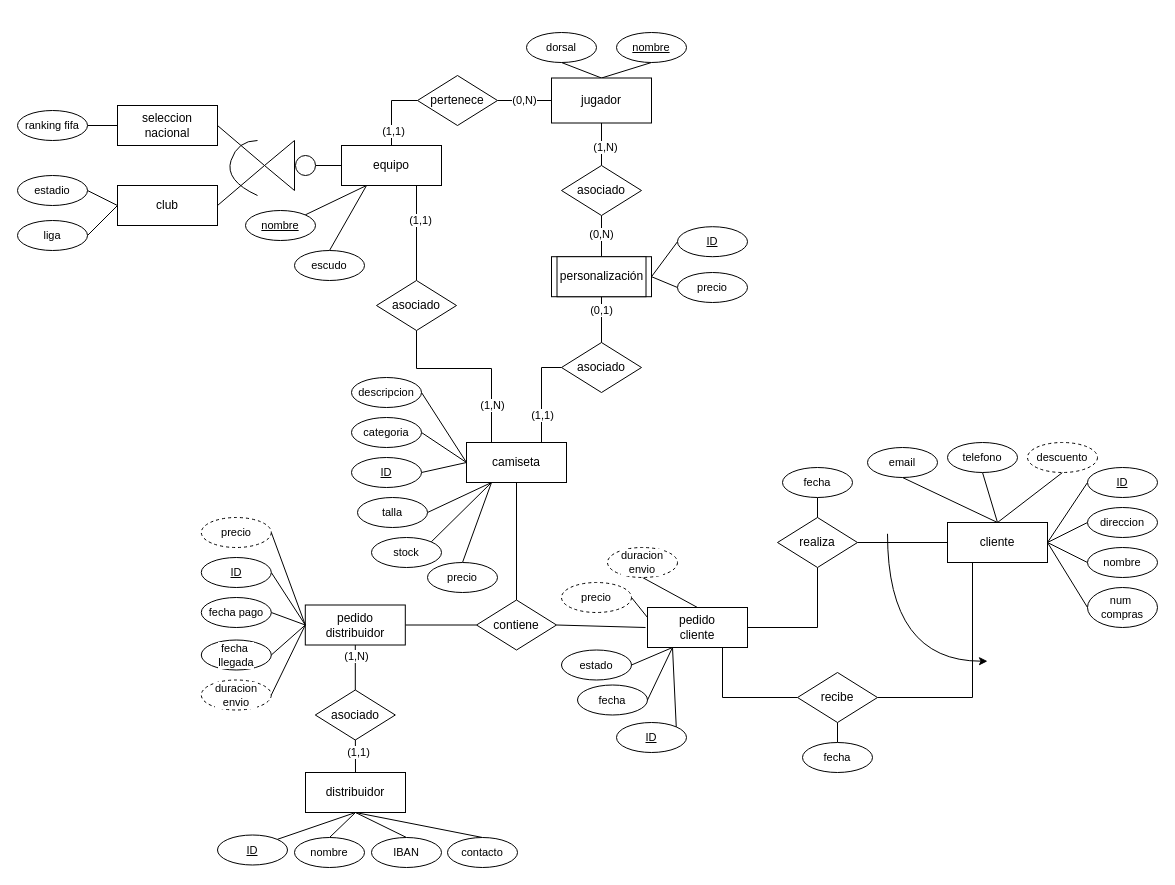
Earlier version of the draw.io diagram pedidos_camisetas.drawio (Robertpm01/ADBD). Source tidied: cells renumbered, new cells numbered last; positions are measured from the earlier drawing's top-left corner, leaving out a move shared by most shapes. Both pictures are drawn from the tidied source at 100%, with x=0, y=0 at pixel (17, 32).
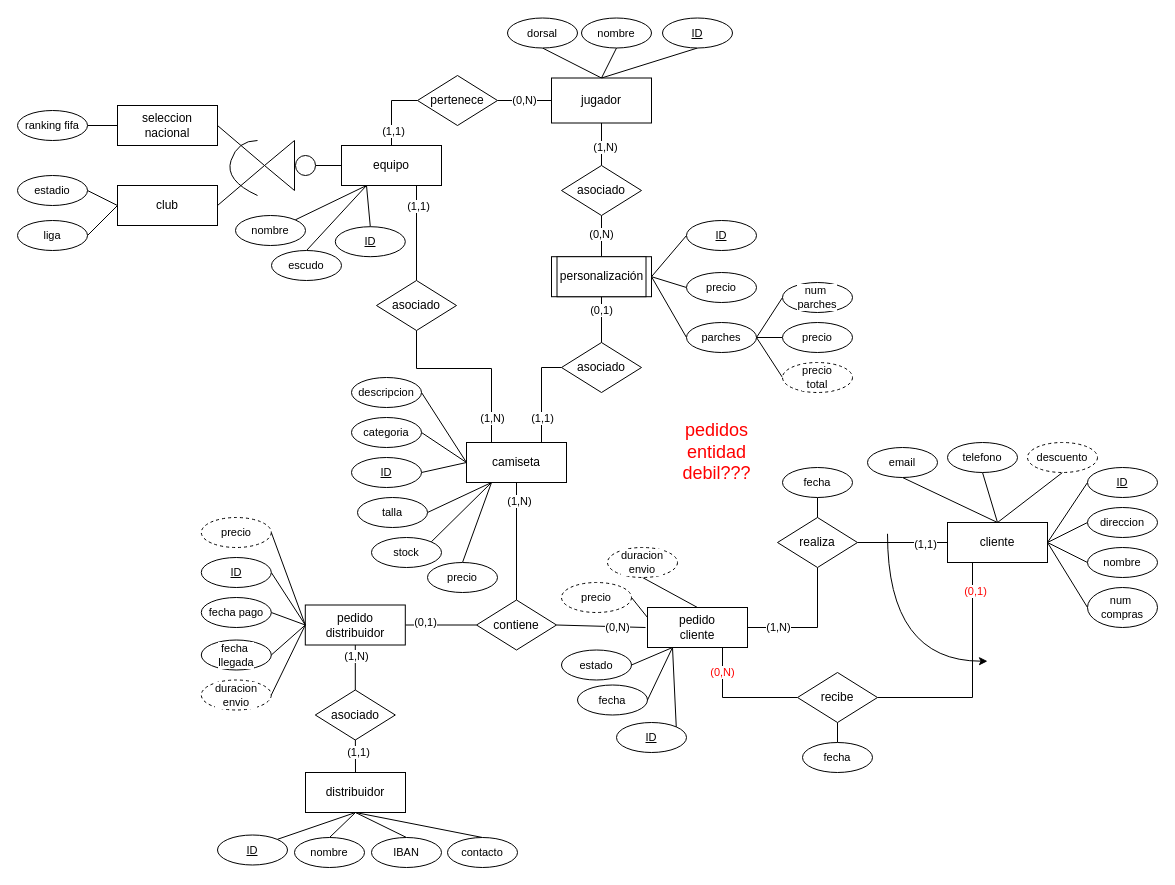
Above is the later version.

The change refers to these unchanged cells:
```xml
<mxCell id="3" style="edgeStyle=orthogonalEdgeStyle;shape=connector;rounded=0;jettySize=auto;html=1;exitX=0.5;exitY=1;exitDx=0;exitDy=0;entryX=0.5;entryY=0;entryDx=0;entryDy=0;strokeColor=default;align=center;verticalAlign=middle;fontFamily=Helvetica;fontSize=11;fontColor=default;labelBackgroundColor=default;endArrow=none;endFill=0;" parent="1" edge="1" source="4" target="9">
  <mxGeometry relative="1" as="geometry" />
</mxCell>
<mxCell id="6" value="pedido&lt;div&gt;cliente&lt;/div&gt;" style="whiteSpace=wrap;html=1;align=center;" parent="1" vertex="1">
  <mxGeometry x="630" y="575" width="100" height="40" as="geometry" />
</mxCell>
<mxCell id="7" style="edgeStyle=orthogonalEdgeStyle;shape=connector;rounded=0;jettySize=auto;html=1;exitX=0;exitY=0.5;exitDx=0;exitDy=0;entryX=1;entryY=0.5;entryDx=0;entryDy=0;strokeColor=default;align=center;verticalAlign=middle;fontFamily=Helvetica;fontSize=11;fontColor=default;labelBackgroundColor=default;endArrow=none;endFill=0;" parent="1" edge="1" source="9" target="12">
  <mxGeometry relative="1" as="geometry" />
</mxCell>
<mxCell id="8" style="shape=connector;rounded=0;jettySize=auto;html=1;exitX=1;exitY=0.5;exitDx=0;exitDy=0;entryX=0;entryY=0.5;entryDx=0;entryDy=0;strokeColor=default;align=center;verticalAlign=middle;fontFamily=Helvetica;fontSize=11;fontColor=default;labelBackgroundColor=default;endArrow=none;endFill=0;" parent="1" edge="1" source="9">
  <mxGeometry relative="1" as="geometry">
    <mxPoint x="628" y="595" as="targetPoint" />
  </mxGeometry>
</mxCell>
<mxCell id="15" style="edgeStyle=orthogonalEdgeStyle;shape=connector;rounded=0;jettySize=auto;html=1;exitX=1;exitY=0.5;exitDx=0;exitDy=0;entryX=0;entryY=0.5;entryDx=0;entryDy=0;strokeColor=default;align=center;verticalAlign=middle;fontFamily=Helvetica;fontSize=11;fontColor=default;labelBackgroundColor=default;endArrow=none;endFill=0;" parent="1" edge="1" source="16" target="22">
  <mxGeometry relative="1" as="geometry" />
</mxCell>
<mxCell id="16" value="realiza" style="shape=rhombus;perimeter=rhombusPerimeter;whiteSpace=wrap;html=1;align=center;" parent="1" vertex="1">
  <mxGeometry x="760" y="485" width="80" height="50" as="geometry" />
</mxCell>
<mxCell id="17" style="edgeStyle=orthogonalEdgeStyle;shape=connector;rounded=0;jettySize=auto;html=1;exitX=0.25;exitY=1;exitDx=0;exitDy=0;strokeColor=default;align=center;verticalAlign=middle;fontFamily=Helvetica;fontSize=11;fontColor=default;labelBackgroundColor=default;endArrow=none;endFill=0;entryX=1;entryY=0.5;entryDx=0;entryDy=0;" parent="1" edge="1" source="22" target="38">
  <mxGeometry relative="1" as="geometry" />
</mxCell>
<mxCell id="27" value="jugador" style="whiteSpace=wrap;html=1;align=center;" parent="1" vertex="1">
  <mxGeometry x="534" y="45.5" width="100" height="45" as="geometry" />
</mxCell>
<mxCell id="30" value="equipo" style="whiteSpace=wrap;html=1;align=center;" parent="1" vertex="1">
  <mxGeometry x="324" y="113" width="100" height="40" as="geometry" />
</mxCell>
<mxCell id="31" style="edgeStyle=orthogonalEdgeStyle;shape=connector;rounded=0;jettySize=auto;html=1;exitX=0.5;exitY=0;exitDx=0;exitDy=0;entryX=0.75;entryY=1;entryDx=0;entryDy=0;strokeColor=default;align=center;verticalAlign=middle;fontFamily=Helvetica;fontSize=11;fontColor=default;labelBackgroundColor=default;endArrow=none;endFill=0;" parent="1" edge="1" source="35" target="30">
  <mxGeometry relative="1" as="geometry" />
</mxCell>
<mxCell id="33" style="edgeStyle=orthogonalEdgeStyle;shape=connector;rounded=0;jettySize=auto;html=1;exitX=0.5;exitY=1;exitDx=0;exitDy=0;entryX=0.25;entryY=0;entryDx=0;entryDy=0;strokeColor=default;align=center;verticalAlign=middle;fontFamily=Helvetica;fontSize=11;fontColor=default;labelBackgroundColor=default;endArrow=none;endFill=0;" parent="1" edge="1" source="35" target="4">
  <mxGeometry relative="1" as="geometry">
    <Array as="points">
      <mxPoint x="399" y="336" />
      <mxPoint x="474" y="336" />
    </Array>
  </mxGeometry>
</mxCell>
<mxCell id="38" value="recibe" style="shape=rhombus;perimeter=rhombusPerimeter;whiteSpace=wrap;html=1;align=center;" parent="1" vertex="1">
  <mxGeometry x="780" y="640" width="80" height="50" as="geometry" />
</mxCell>
<mxCell id="77" style="edgeStyle=orthogonalEdgeStyle;shape=connector;rounded=0;jettySize=auto;html=1;exitX=0;exitY=0.5;exitDx=0;exitDy=0;entryX=0.75;entryY=0;entryDx=0;entryDy=0;strokeColor=default;align=center;verticalAlign=middle;fontFamily=Helvetica;fontSize=11;fontColor=default;labelBackgroundColor=default;endArrow=none;endFill=0;" parent="1" edge="1" source="79" target="4">
  <mxGeometry relative="1" as="geometry" />
</mxCell>
<mxCell id="93" value="personalización" style="whiteSpace=wrap;html=1;align=center;" parent="1" vertex="1">
  <mxGeometry x="534" y="224.2" width="100" height="40" as="geometry" />
</mxCell>
```

Diff of the diagram source:
```diff
@@
+    <mxCell id="130" value="(1,N)" style="edgeLabel;html=1;align=center;verticalAlign=middle;fontFamily=Helvetica;fontSize=11;fontColor=default;labelBackgroundColor=default;" parent="3" vertex="1">
+      <mxGeometry x="-0.69" y="2" relative="1" as="geometry" />
+    </mxCell>
@@
-    <mxCell id="5" style="edgeStyle=orthogonalEdgeStyle;shape=connector;rounded=0;jettySize=auto;html=1;exitX=1;exitY=0.5;exitDx=0;exitDy=0;entryX=0.5;entryY=1;entryDx=0;entryDy=0;strokeColor=default;align=center;verticalAlign=middle;fontFamily=Helvetica;fontSize=11;fontColor=default;labelBackgroundColor=default;endArrow=none;endFill=0;" parent="1" edge="1" source="6" target="16">
-      <mxGeometry relative="1" as="geometry">
+    <mxCell id="5" value="(1,N)" style="edgeStyle=orthogonalEdgeStyle;shape=connector;rounded=0;jettySize=auto;html=1;exitX=1;exitY=0.5;exitDx=0;exitDy=0;entryX=0.5;entryY=1;entryDx=0;entryDy=0;strokeColor=default;align=center;verticalAlign=middle;fontFamily=Helvetica;fontSize=11;fontColor=default;labelBackgroundColor=default;endArrow=none;endFill=0;" parent="1" edge="1" source="6" target="16">
+      <mxGeometry x="-0.54" relative="1" as="geometry">
         <Array as="points">
           <mxPoint x="800" y="595" />
         </Array>
+        <mxPoint x="1" as="offset" />
       </mxGeometry>
     </mxCell>
@@
+    <mxCell id="131" value="(0,1)" style="edgeLabel;html=1;align=center;verticalAlign=middle;fontFamily=Helvetica;fontSize=11;fontColor=default;labelBackgroundColor=default;" parent="7" vertex="1">
+      <mxGeometry x="0.46" y="-3" relative="1" as="geometry" />
+    </mxCell>
@@
+    <mxCell id="132" value="(0,N)" style="edgeLabel;html=1;align=center;verticalAlign=middle;fontFamily=Helvetica;fontSize=11;fontColor=default;labelBackgroundColor=default;" parent="8" vertex="1">
+      <mxGeometry x="0.68" relative="1" as="geometry">
+        <mxPoint x="-14" as="offset" />
+      </mxGeometry>
+    </mxCell>
@@
+    <mxCell id="133" value="(1,1)" style="edgeLabel;html=1;align=center;verticalAlign=middle;fontFamily=Helvetica;fontSize=11;fontColor=default;labelBackgroundColor=default;" parent="15" vertex="1">
+      <mxGeometry x="0.48" y="-1" relative="1" as="geometry" />
+    </mxCell>
@@
+    <mxCell id="134" value="&lt;font color=&quot;#ff0000&quot;&gt;(0,1)&lt;/font&gt;" style="edgeLabel;html=1;align=center;verticalAlign=middle;fontFamily=Helvetica;fontSize=11;fontColor=default;labelBackgroundColor=default;" parent="17" vertex="1">
+      <mxGeometry x="-0.76" y="2" relative="1" as="geometry" />
+    </mxCell>
@@
-    <mxCell id="24" style="edgeStyle=none;shape=connector;rounded=0;jettySize=auto;html=1;exitX=0.5;exitY=0;exitDx=0;exitDy=0;entryX=0.5;entryY=1;entryDx=0;entryDy=0;strokeColor=default;align=center;verticalAlign=middle;fontFamily=Helvetica;fontSize=11;fontColor=default;labelBackgroundColor=default;endArrow=none;endFill=0;" parent="1" edge="1" source="27" target="60">
+    <mxCell id="24" style="edgeStyle=none;shape=connector;rounded=0;jettySize=auto;html=1;exitX=0.5;exitY=0;exitDx=0;exitDy=0;entryX=0.5;entryY=1;entryDx=0;entryDy=0;strokeColor=default;align=center;verticalAlign=middle;fontFamily=Helvetica;fontSize=11;fontColor=default;labelBackgroundColor=default;endArrow=none;endFill=0;" parent="1" edge="1" source="27" target="150">
       <mxGeometry relative="1" as="geometry" />
     </mxCell>
@@
     <mxCell id="32" value="(1,1)" style="edgeLabel;html=1;align=center;verticalAlign=middle;fontFamily=Helvetica;fontSize=11;fontColor=default;labelBackgroundColor=default;" parent="31" vertex="1">
-      <mxGeometry x="0.28" y="-3" relative="1" as="geometry" />
+      <mxGeometry x="0.28" y="-3" relative="1" as="geometry">
+        <mxPoint x="-2" y="-14" as="offset" />
+      </mxGeometry>
     </mxCell>
@@
     <mxCell id="34" value="(1,N)" style="edgeLabel;html=1;align=center;verticalAlign=middle;fontFamily=Helvetica;fontSize=11;fontColor=default;labelBackgroundColor=default;" parent="33" vertex="1">
-      <mxGeometry x="0.59" relative="1" as="geometry" />
+      <mxGeometry x="0.59" relative="1" as="geometry">
+        <mxPoint y="13" as="offset" />
+      </mxGeometry>
     </mxCell>
@@
-    <mxCell id="36" style="edgeStyle=orthogonalEdgeStyle;shape=connector;rounded=0;jettySize=auto;html=1;exitX=0;exitY=0.5;exitDx=0;exitDy=0;entryX=0.75;entryY=1;entryDx=0;entryDy=0;strokeColor=default;align=center;verticalAlign=middle;fontFamily=Helvetica;fontSize=11;fontColor=default;labelBackgroundColor=default;endArrow=none;endFill=0;" parent="1" edge="1" source="38" target="6">
-      <mxGeometry relative="1" as="geometry" />
+    <mxCell id="36" value="&lt;font color=&quot;#ff0000&quot;&gt;(0,N)&lt;/font&gt;" style="edgeStyle=orthogonalEdgeStyle;shape=connector;rounded=0;jettySize=auto;html=1;exitX=0;exitY=0.5;exitDx=0;exitDy=0;entryX=0.75;entryY=1;entryDx=0;entryDy=0;strokeColor=default;align=center;verticalAlign=middle;fontFamily=Helvetica;fontSize=11;fontColor=default;labelBackgroundColor=default;endArrow=none;endFill=0;" parent="1" edge="1" source="38" target="6">
+      <mxGeometry x="0.6" relative="1" as="geometry" />
     </mxCell>
@@
-    <mxCell id="47" style="edgeStyle=none;shape=connector;rounded=0;jettySize=auto;html=1;exitX=1;exitY=0;exitDx=0;exitDy=0;entryX=0.25;entryY=1;entryDx=0;entryDy=0;strokeColor=default;align=center;verticalAlign=middle;fontFamily=Helvetica;fontSize=11;fontColor=default;labelBackgroundColor=default;endArrow=none;endFill=0;" parent="1" edge="1" source="48" target="30">
-      <mxGeometry relative="1" as="geometry" />
-    </mxCell>
-    <mxCell id="48" value="nombre" style="ellipse;whiteSpace=wrap;html=1;align=center;fontStyle=4;fontFamily=Helvetica;fontSize=11;fontColor=default;labelBackgroundColor=default;" parent="1" vertex="1">
-      <mxGeometry x="228" y="178" width="70" height="30" as="geometry" />
-    </mxCell>
@@
-    <mxCell id="60" value="nombre" style="ellipse;whiteSpace=wrap;html=1;align=center;fontStyle=4;fontFamily=Helvetica;fontSize=11;fontColor=default;labelBackgroundColor=default;" parent="1" vertex="1">
-      <mxGeometry x="599" width="70" height="30" as="geometry" />
-    </mxCell>
     <mxCell id="61" value="dorsal" style="ellipse;whiteSpace=wrap;html=1;align=center;fontFamily=Helvetica;fontSize=11;fontColor=default;labelBackgroundColor=default;" parent="1" vertex="1">
-      <mxGeometry x="509" width="70" height="30" as="geometry" />
+      <mxGeometry x="490" y="-14.5" width="70" height="30" as="geometry" />
     </mxCell>
@@
     <mxCell id="76" value="escudo" style="ellipse;whiteSpace=wrap;html=1;align=center;fontFamily=Helvetica;fontSize=11;fontColor=default;labelBackgroundColor=default;" parent="1" vertex="1">
-      <mxGeometry x="277" y="218" width="70" height="30" as="geometry" />
+      <mxGeometry x="254" y="218" width="70" height="30" as="geometry" />
     </mxCell>
@@
     <mxCell id="78" value="(1,1)" style="edgeLabel;html=1;align=center;verticalAlign=middle;fontFamily=Helvetica;fontSize=11;fontColor=default;labelBackgroundColor=default;" parent="77" vertex="1">
-      <mxGeometry x="0.42" relative="1" as="geometry" />
+      <mxGeometry x="0.42" relative="1" as="geometry">
+        <mxPoint y="3" as="offset" />
+      </mxGeometry>
     </mxCell>
@@
+    <mxCell id="135" style="edgeStyle=none;shape=connector;rounded=0;jettySize=auto;html=1;exitX=1;exitY=0.5;exitDx=0;exitDy=0;entryX=0;entryY=0.5;entryDx=0;entryDy=0;strokeColor=default;align=center;verticalAlign=middle;fontFamily=Helvetica;fontSize=11;fontColor=default;labelBackgroundColor=default;endArrow=none;endFill=0;" parent="1" edge="1" source="93" target="138">
+      <mxGeometry relative="1" as="geometry" />
+    </mxCell>
@@
     <mxCell id="98" value="precio" style="ellipse;whiteSpace=wrap;html=1;align=center;fontFamily=Helvetica;fontSize=11;fontColor=default;labelBackgroundColor=default;" parent="1" vertex="1">
-      <mxGeometry x="660" y="240" width="70" height="30" as="geometry" />
+      <mxGeometry x="669" y="240" width="70" height="30" as="geometry" />
     </mxCell>
@@
     <mxCell id="119" value="ID" style="ellipse;whiteSpace=wrap;html=1;align=center;fontStyle=4;fontFamily=Helvetica;fontSize=11;fontColor=default;labelBackgroundColor=default;" parent="1" vertex="1">
-      <mxGeometry x="660" y="194.2" width="70" height="30" as="geometry" />
+      <mxGeometry x="669" y="188" width="70" height="30" as="geometry" />
     </mxCell>
@@
+    <mxCell id="136" style="edgeStyle=none;shape=connector;rounded=0;jettySize=auto;html=1;exitX=1;exitY=0.5;exitDx=0;exitDy=0;entryX=0;entryY=0.5;entryDx=0;entryDy=0;strokeColor=default;align=center;verticalAlign=middle;fontFamily=Helvetica;fontSize=11;fontColor=default;labelBackgroundColor=default;endArrow=none;endFill=0;" parent="1" edge="1" source="138" target="142">
+      <mxGeometry relative="1" as="geometry" />
+    </mxCell>
+    <mxCell id="137" style="edgeStyle=none;shape=connector;rounded=0;jettySize=auto;html=1;exitX=1;exitY=0.5;exitDx=0;exitDy=0;entryX=0;entryY=0.5;entryDx=0;entryDy=0;strokeColor=default;align=center;verticalAlign=middle;fontFamily=Helvetica;fontSize=11;fontColor=default;labelBackgroundColor=default;endArrow=none;endFill=0;" parent="1" edge="1" source="138" target="143">
+      <mxGeometry relative="1" as="geometry" />
+    </mxCell>
+    <mxCell id="138" value="parches" style="ellipse;whiteSpace=wrap;html=1;align=center;fontFamily=Helvetica;fontSize=11;fontColor=default;labelBackgroundColor=default;" parent="1" vertex="1">
+      <mxGeometry x="669" y="290" width="70" height="30" as="geometry" />
+    </mxCell>
+    <mxCell id="139" value="&lt;font style=&quot;font-size: 18px;&quot; color=&quot;#ff0000&quot;&gt;pedidos entidad debil???&lt;/font&gt;" style="text;html=1;align=center;verticalAlign=middle;whiteSpace=wrap;rounded=0;fontFamily=Helvetica;fontSize=11;fontColor=default;labelBackgroundColor=default;" parent="1" vertex="1">
+      <mxGeometry x="659" y="390" width="81" height="60" as="geometry" />
+    </mxCell>
+    <mxCell id="140" style="edgeStyle=none;shape=connector;rounded=0;jettySize=auto;html=1;exitX=0;exitY=0.5;exitDx=0;exitDy=0;entryX=1;entryY=0.5;entryDx=0;entryDy=0;strokeColor=default;align=center;verticalAlign=middle;fontFamily=Helvetica;fontSize=11;fontColor=default;labelBackgroundColor=default;endArrow=none;endFill=0;" parent="1" edge="1" source="141" target="138">
+      <mxGeometry relative="1" as="geometry" />
+    </mxCell>
+    <mxCell id="141" value="num&amp;nbsp;&lt;div&gt;parches&lt;/div&gt;" style="ellipse;whiteSpace=wrap;html=1;align=center;fontFamily=Helvetica;fontSize=11;fontColor=default;labelBackgroundColor=default;" parent="1" vertex="1">
+      <mxGeometry x="765" y="250" width="70" height="30" as="geometry" />
+    </mxCell>
+    <mxCell id="142" value="precio" style="ellipse;whiteSpace=wrap;html=1;align=center;fontFamily=Helvetica;fontSize=11;fontColor=default;labelBackgroundColor=default;" parent="1" vertex="1">
+      <mxGeometry x="765" y="290" width="70" height="30" as="geometry" />
+    </mxCell>
+    <mxCell id="143" value="precio&lt;div&gt;total&lt;/div&gt;" style="ellipse;whiteSpace=wrap;html=1;align=center;fontFamily=Helvetica;fontSize=11;fontColor=default;labelBackgroundColor=default;dashed=1;" parent="1" vertex="1">
+      <mxGeometry x="765" y="330" width="70" height="30" as="geometry" />
+    </mxCell>
+    <mxCell id="144" style="edgeStyle=none;shape=connector;rounded=0;jettySize=auto;html=1;exitX=0.5;exitY=1;exitDx=0;exitDy=0;entryX=0.5;entryY=0;entryDx=0;entryDy=0;strokeColor=default;align=center;verticalAlign=middle;fontFamily=Helvetica;fontSize=11;fontColor=default;labelBackgroundColor=default;endArrow=none;endFill=0;" parent="1" edge="1" source="145" target="27">
+      <mxGeometry relative="1" as="geometry" />
+    </mxCell>
+    <mxCell id="145" value="ID" style="ellipse;whiteSpace=wrap;html=1;align=center;fontStyle=4;fontFamily=Helvetica;fontSize=11;fontColor=default;labelBackgroundColor=default;" parent="1" vertex="1">
+      <mxGeometry x="645" y="-14.5" width="70" height="30" as="geometry" />
+    </mxCell>
+    <mxCell id="146" style="edgeStyle=none;shape=connector;rounded=0;jettySize=auto;html=1;exitX=0.5;exitY=0;exitDx=0;exitDy=0;entryX=0.25;entryY=1;entryDx=0;entryDy=0;strokeColor=default;align=center;verticalAlign=middle;fontFamily=Helvetica;fontSize=11;fontColor=default;labelBackgroundColor=default;endArrow=none;endFill=0;" parent="1" edge="1" source="147" target="30">
+      <mxGeometry relative="1" as="geometry" />
+    </mxCell>
+    <mxCell id="147" value="ID" style="ellipse;whiteSpace=wrap;html=1;align=center;fontStyle=4;fontFamily=Helvetica;fontSize=11;fontColor=default;labelBackgroundColor=default;" parent="1" vertex="1">
+      <mxGeometry x="317.8" y="194.2" width="70" height="30" as="geometry" />
+    </mxCell>
+    <mxCell id="148" style="edgeStyle=none;shape=connector;rounded=0;jettySize=auto;html=1;exitX=1;exitY=0;exitDx=0;exitDy=0;entryX=0.25;entryY=1;entryDx=0;entryDy=0;strokeColor=default;align=center;verticalAlign=middle;fontFamily=Helvetica;fontSize=11;fontColor=default;labelBackgroundColor=default;endArrow=none;endFill=0;" parent="1" edge="1" source="149" target="30">
+      <mxGeometry relative="1" as="geometry" />
+    </mxCell>
+    <mxCell id="149" value="nombre" style="ellipse;whiteSpace=wrap;html=1;align=center;fontFamily=Helvetica;fontSize=11;fontColor=default;labelBackgroundColor=default;" parent="1" vertex="1">
+      <mxGeometry x="218" y="183" width="70" height="30" as="geometry" />
+    </mxCell>
+    <mxCell id="150" value="nombre" style="ellipse;whiteSpace=wrap;html=1;align=center;fontFamily=Helvetica;fontSize=11;fontColor=default;labelBackgroundColor=default;" parent="1" vertex="1">
+      <mxGeometry x="564" y="-14.5" width="70" height="30" as="geometry" />
+    </mxCell>
```
